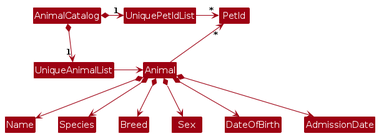
This is diagrams/BetterModelClassDiagram.png from wjayee/tp, a PlantUML export, as it was before one commit. Its source is kept beside it as diagrams/BetterModelClassDiagram.puml.
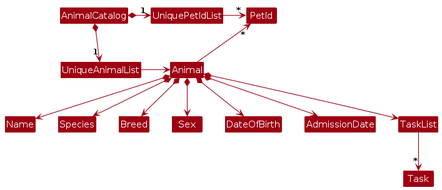
After the commit.

What changed in the source:
```diff
@@ -20,4 +20,6 @@
 Animal *--> Sex
 Animal *--> DateOfBirth
 Animal *--> AdmissionDate
+Animal *--> TaskList
+TaskList --> "*"Task
 @enduml
```
